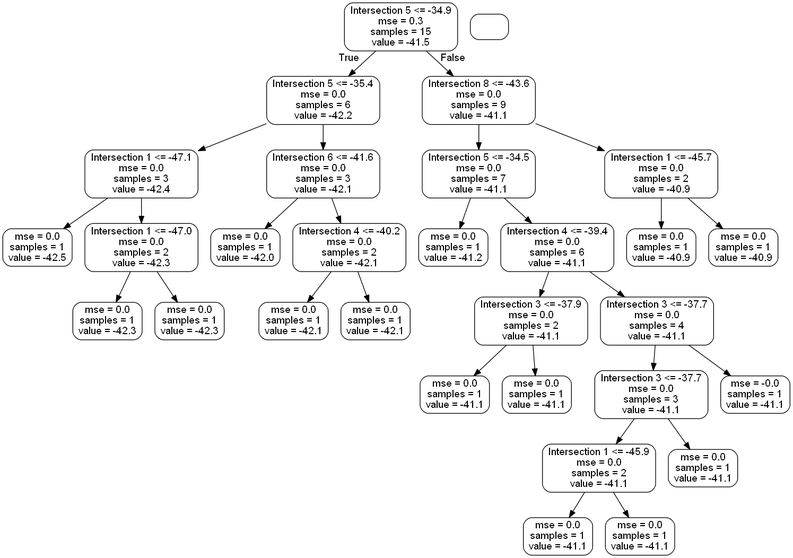
Before: tree.png, a diagram exported from Graphviz (M-Gjerde/VGIS8). Its source is kept beside it as tree.dot.
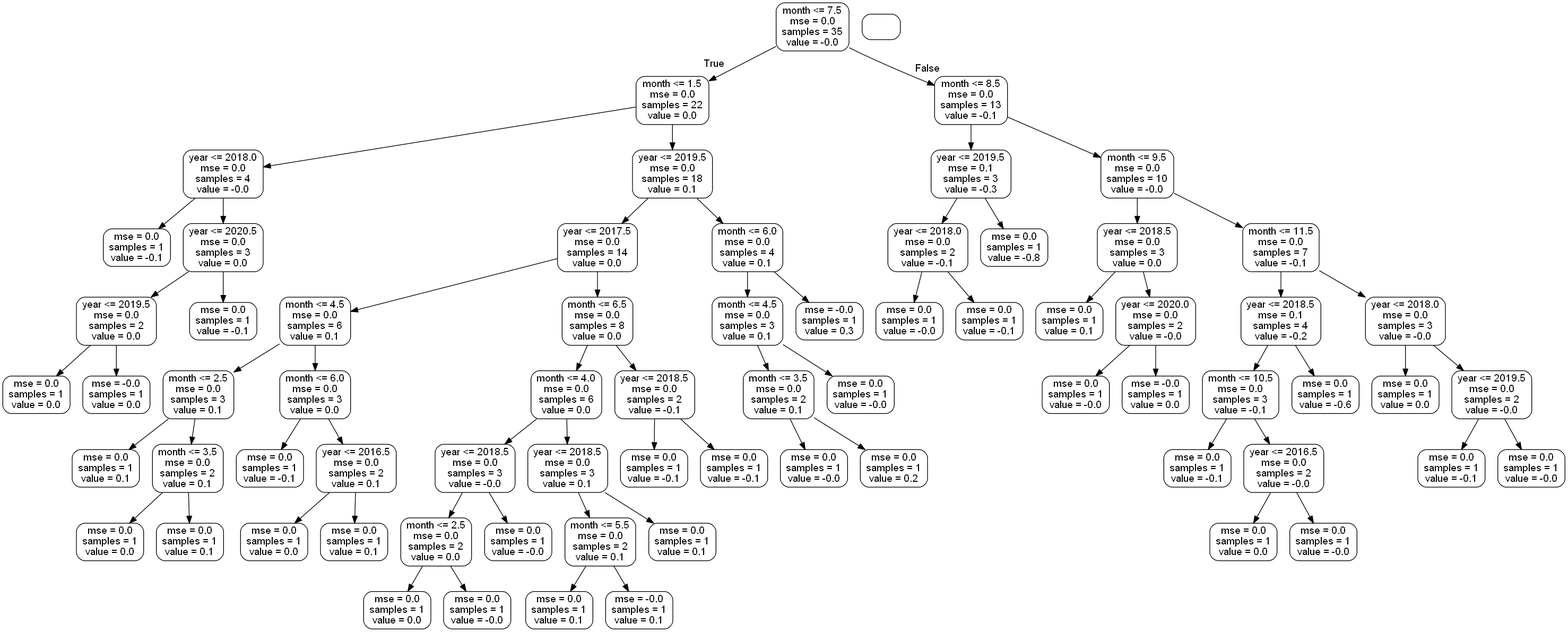
Above is the later version.

Change to the diagram source:
```diff
@@ -1,61 +1,141 @@
 digraph Tree {
 node [shape=box, style="rounded", color="black", fontname=helvetica] ;
 edge [fontname=helvetica] ;
-0 [label="Intersection 5 <= -34.9\nmse = 0.3\nsamples = 15\nvalue = -41.5"] ;
-1 [label="Intersection 5 <= -35.4\nmse = 0.0\nsamples = 6\nvalue = -42.2"] ;
+0 [label="month <= 7.5\nmse = 0.0\nsamples = 35\nvalue = -0.0"] ;
+1 [label="month <= 1.5\nmse = 0.0\nsamples = 22\nvalue = 0.0"] ;
 0 -> 1 [labeldistance=2.5, labelangle=45, headlabel="True"] ;
-2 [label="Intersection 1 <= -47.1\nmse = 0.0\nsamples = 3\nvalue = -42.4"] ;
+2 [label="year <= 2018.0\nmse = 0.0\nsamples = 4\nvalue = -0.0"] ;
 1 -> 2 ;
-3 [label="mse = 0.0\nsamples = 1\nvalue = -42.5"] ;
+3 [label="mse = 0.0\nsamples = 1\nvalue = -0.1"] ;
 2 -> 3 ;
-4 [label="Intersection 1 <= -47.0\nmse = 0.0\nsamples = 2\nvalue = -42.3"] ;
+4 [label="year <= 2020.5\nmse = 0.0\nsamples = 3\nvalue = 0.0"] ;
 2 -> 4 ;
-5 [label="mse = 0.0\nsamples = 1\nvalue = -42.3"] ;
+5 [label="year <= 2019.5\nmse = 0.0\nsamples = 2\nvalue = 0.0"] ;
 4 -> 5 ;
-6 [label="mse = 0.0\nsamples = 1\nvalue = -42.3"] ;
-4 -> 6 ;
-7 [label="Intersection 6 <= -41.6\nmse = 0.0\nsamples = 3\nvalue = -42.1"] ;
-1 -> 7 ;
-8 [label="mse = 0.0\nsamples = 1\nvalue = -42.0"] ;
-7 -> 8 ;
-9 [label="Intersection 4 <= -40.2\nmse = 0.0\nsamples = 2\nvalue = -42.1"] ;
-7 -> 9 ;
-10 [label="mse = 0.0\nsamples = 1\nvalue = -42.1"] ;
+6 [label="mse = 0.0\nsamples = 1\nvalue = 0.0"] ;
+5 -> 6 ;
+7 [label="mse = -0.0\nsamples = 1\nvalue = 0.0"] ;
+5 -> 7 ;
+8 [label="mse = 0.0\nsamples = 1\nvalue = -0.1"] ;
+4 -> 8 ;
+9 [label="year <= 2019.5\nmse = 0.0\nsamples = 18\nvalue = 0.1"] ;
+1 -> 9 ;
+10 [label="year <= 2017.5\nmse = 0.0\nsamples = 14\nvalue = 0.0"] ;
 9 -> 10 ;
-11 [label="mse = 0.0\nsamples = 1\nvalue = -42.1"] ;
-9 -> 11 ;
-12 [label="Intersection 8 <= -43.6\nmse = 0.0\nsamples = 9\nvalue = -41.1"] ;
-0 -> 12 [labeldistance=2.5, labelangle=-45, headlabel="False"] ;
-13 [label="Intersection 5 <= -34.5\nmse = 0.0\nsamples = 7\nvalue = -41.1"] ;
+11 [label="month <= 4.5\nmse = 0.0\nsamples = 6\nvalue = 0.1"] ;
+10 -> 11 ;
+12 [label="month <= 2.5\nmse = 0.0\nsamples = 3\nvalue = 0.1"] ;
+11 -> 12 ;
+13 [label="mse = 0.0\nsamples = 1\nvalue = 0.1"] ;
 12 -> 13 ;
-14 [label="mse = 0.0\nsamples = 1\nvalue = -41.2"] ;
-13 -> 14 ;
-15 [label="Intersection 4 <= -39.4\nmse = 0.0\nsamples = 6\nvalue = -41.1"] ;
-13 -> 15 ;
-16 [label="Intersection 3 <= -37.9\nmse = 0.0\nsamples = 2\nvalue = -41.1"] ;
-15 -> 16 ;
-17 [label="mse = 0.0\nsamples = 1\nvalue = -41.1"] ;
-16 -> 17 ;
-18 [label="mse = 0.0\nsamples = 1\nvalue = -41.1"] ;
-16 -> 18 ;
-19 [label="Intersection 3 <= -37.7\nmse = 0.0\nsamples = 4\nvalue = -41.1"] ;
-15 -> 19 ;
-20 [label="Intersection 3 <= -37.7\nmse = 0.0\nsamples = 3\nvalue = -41.1"] ;
+14 [label="month <= 3.5\nmse = 0.0\nsamples = 2\nvalue = 0.1"] ;
+12 -> 14 ;
+15 [label="mse = 0.0\nsamples = 1\nvalue = 0.0"] ;
+14 -> 15 ;
+16 [label="mse = 0.0\nsamples = 1\nvalue = 0.1"] ;
+14 -> 16 ;
+17 [label="month <= 6.0\nmse = 0.0\nsamples = 3\nvalue = 0.0"] ;
+11 -> 17 ;
+18 [label="mse = 0.0\nsamples = 1\nvalue = -0.1"] ;
+17 -> 18 ;
+19 [label="year <= 2016.5\nmse = 0.0\nsamples = 2\nvalue = 0.1"] ;
+17 -> 19 ;
+20 [label="mse = 0.0\nsamples = 1\nvalue = 0.0"] ;
 19 -> 20 ;
-21 [label="Intersection 1 <= -45.9\nmse = 0.0\nsamples = 2\nvalue = -41.1"] ;
-20 -> 21 ;
-22 [label="mse = 0.0\nsamples = 1\nvalue = -41.1"] ;
-21 -> 22 ;
-23 [label="mse = 0.0\nsamples = 1\nvalue = -41.1"] ;
-21 -> 23 ;
-24 [label="mse = 0.0\nsamples = 1\nvalue = -41.1"] ;
-20 -> 24 ;
-25 [label="mse = -0.0\nsamples = 1\nvalue = -41.1"] ;
-19 -> 25 ;
-26 [label="Intersection 1 <= -45.7\nmse = 0.0\nsamples = 2\nvalue = -40.9"] ;
-12 -> 26 ;
-27 [label="mse = 0.0\nsamples = 1\nvalue = -40.9"] ;
-26 -> 27 ;
-28 [label="mse = 0.0\nsamples = 1\nvalue = -40.9"] ;
-26 -> 28 ;
+21 [label="mse = 0.0\nsamples = 1\nvalue = 0.1"] ;
+19 -> 21 ;
+22 [label="month <= 6.5\nmse = 0.0\nsamples = 8\nvalue = 0.0"] ;
+10 -> 22 ;
+23 [label="month <= 4.0\nmse = 0.0\nsamples = 6\nvalue = 0.0"] ;
+22 -> 23 ;
+24 [label="year <= 2018.5\nmse = 0.0\nsamples = 3\nvalue = -0.0"] ;
+23 -> 24 ;
+25 [label="month <= 2.5\nmse = 0.0\nsamples = 2\nvalue = 0.0"] ;
+24 -> 25 ;
+26 [label="mse = 0.0\nsamples = 1\nvalue = 0.0"] ;
+25 -> 26 ;
+27 [label="mse = 0.0\nsamples = 1\nvalue = -0.0"] ;
+25 -> 27 ;
+28 [label="mse = 0.0\nsamples = 1\nvalue = -0.0"] ;
+24 -> 28 ;
+29 [label="year <= 2018.5\nmse = 0.0\nsamples = 3\nvalue = 0.1"] ;
+23 -> 29 ;
+30 [label="month <= 5.5\nmse = 0.0\nsamples = 2\nvalue = 0.1"] ;
+29 -> 30 ;
+31 [label="mse = 0.0\nsamples = 1\nvalue = 0.1"] ;
+30 -> 31 ;
+32 [label="mse = -0.0\nsamples = 1\nvalue = 0.1"] ;
+30 -> 32 ;
+33 [label="mse = 0.0\nsamples = 1\nvalue = 0.1"] ;
+29 -> 33 ;
+34 [label="year <= 2018.5\nmse = 0.0\nsamples = 2\nvalue = -0.1"] ;
+22 -> 34 ;
+35 [label="mse = 0.0\nsamples = 1\nvalue = -0.1"] ;
+34 -> 35 ;
+36 [label="mse = 0.0\nsamples = 1\nvalue = -0.1"] ;
+34 -> 36 ;
+37 [label="month <= 6.0\nmse = 0.0\nsamples = 4\nvalue = 0.1"] ;
+9 -> 37 ;
+38 [label="month <= 4.5\nmse = 0.0\nsamples = 3\nvalue = 0.1"] ;
+37 -> 38 ;
+39 [label="month <= 3.5\nmse = 0.0\nsamples = 2\nvalue = 0.1"] ;
+38 -> 39 ;
+40 [label="mse = 0.0\nsamples = 1\nvalue = -0.0"] ;
+39 -> 40 ;
+41 [label="mse = 0.0\nsamples = 1\nvalue = 0.2"] ;
+39 -> 41 ;
+42 [label="mse = 0.0\nsamples = 1\nvalue = -0.0"] ;
+38 -> 42 ;
+43 [label="mse = -0.0\nsamples = 1\nvalue = 0.3"] ;
+37 -> 43 ;
+44 [label="month <= 8.5\nmse = 0.0\nsamples = 13\nvalue = -0.1"] ;
+0 -> 44 [labeldistance=2.5, labelangle=-45, headlabel="False"] ;
+45 [label="year <= 2019.5\nmse = 0.1\nsamples = 3\nvalue = -0.3"] ;
+44 -> 45 ;
+46 [label="year <= 2018.0\nmse = 0.0\nsamples = 2\nvalue = -0.1"] ;
+45 -> 46 ;
+47 [label="mse = 0.0\nsamples = 1\nvalue = -0.0"] ;
+46 -> 47 ;
+48 [label="mse = 0.0\nsamples = 1\nvalue = -0.1"] ;
+46 -> 48 ;
+49 [label="mse = 0.0\nsamples = 1\nvalue = -0.8"] ;
+45 -> 49 ;
+50 [label="month <= 9.5\nmse = 0.0\nsamples = 10\nvalue = -0.0"] ;
+44 -> 50 ;
+51 [label="year <= 2018.5\nmse = 0.0\nsamples = 3\nvalue = 0.0"] ;
+50 -> 51 ;
+52 [label="mse = 0.0\nsamples = 1\nvalue = 0.1"] ;
+51 -> 52 ;
+53 [label="year <= 2020.0\nmse = 0.0\nsamples = 2\nvalue = -0.0"] ;
+51 -> 53 ;
+54 [label="mse = 0.0\nsamples = 1\nvalue = -0.0"] ;
+53 -> 54 ;
+55 [label="mse = -0.0\nsamples = 1\nvalue = 0.0"] ;
+53 -> 55 ;
+56 [label="month <= 11.5\nmse = 0.0\nsamples = 7\nvalue = -0.1"] ;
+50 -> 56 ;
+57 [label="year <= 2018.5\nmse = 0.1\nsamples = 4\nvalue = -0.2"] ;
+56 -> 57 ;
+58 [label="month <= 10.5\nmse = 0.0\nsamples = 3\nvalue = -0.1"] ;
+57 -> 58 ;
+59 [label="mse = 0.0\nsamples = 1\nvalue = -0.1"] ;
+58 -> 59 ;
+60 [label="year <= 2016.5\nmse = 0.0\nsamples = 2\nvalue = -0.0"] ;
+58 -> 60 ;
+61 [label="mse = 0.0\nsamples = 1\nvalue = 0.0"] ;
+60 -> 61 ;
+62 [label="mse = 0.0\nsamples = 1\nvalue = -0.0"] ;
+60 -> 62 ;
+63 [label="mse = 0.0\nsamples = 1\nvalue = -0.6"] ;
+57 -> 63 ;
+64 [label="year <= 2018.0\nmse = 0.0\nsamples = 3\nvalue = -0.0"] ;
+56 -> 64 ;
+65 [label="mse = 0.0\nsamples = 1\nvalue = 0.0"] ;
+64 -> 65 ;
+66 [label="year <= 2019.5\nmse = 0.0\nsamples = 2\nvalue = -0.0"] ;
+64 -> 66 ;
+67 [label="mse = 0.0\nsamples = 1\nvalue = -0.1"] ;
+66 -> 67 ;
+68 [label="mse = 0.0\nsamples = 1\nvalue = -0.0"] ;
+66 -> 68 ;
 }
```
